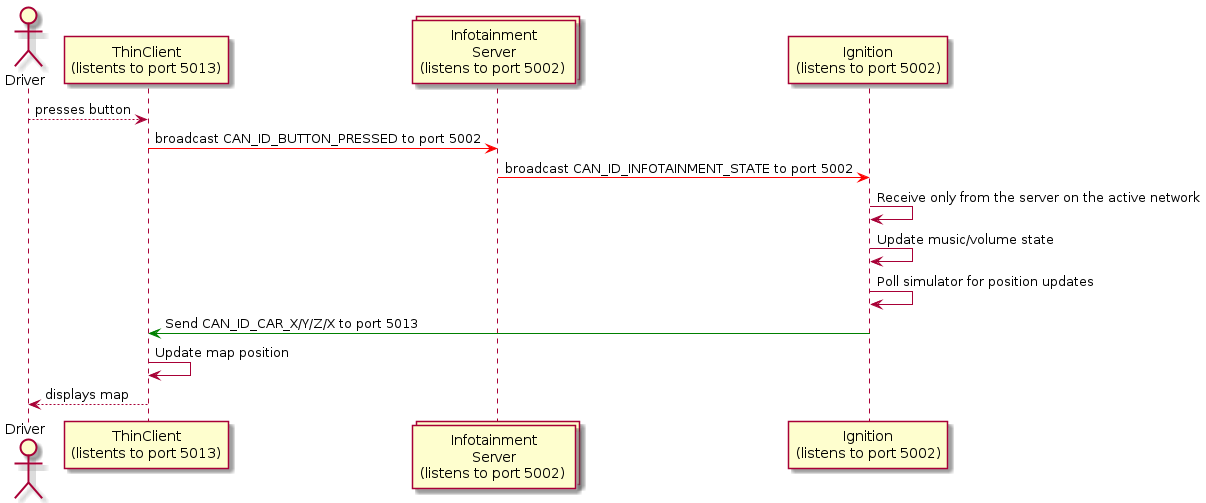
GaloisInc/BESSPIN-Tool-Suite keeps this PlantUML diagram as besspin/cyberPhys/specs/infotainment.png. Above is the earlier version.
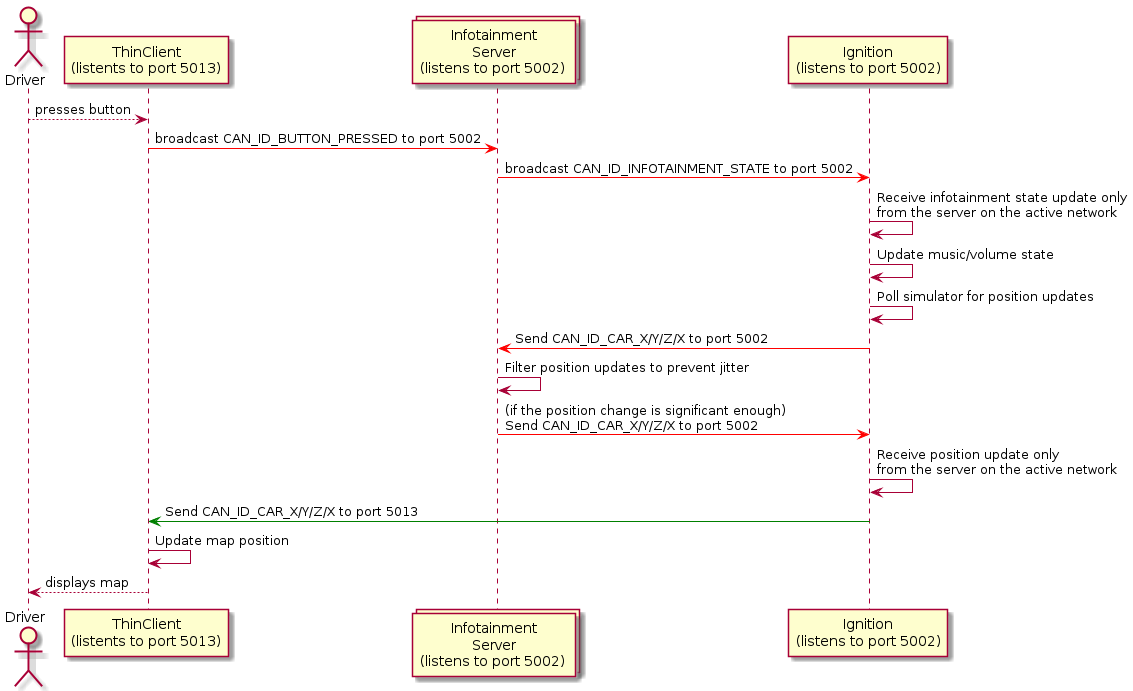
Later version of the same file.

Commit message:
Update infotainmetn specs

What changed in the source:
```diff
@@ -9,9 +9,14 @@
 Driver --> ThinClient: presses button
 ThinClient -[#red]> Server: broadcast CAN_ID_BUTTON_PRESSED to port 5002
 Server -[#red]> Ignition: broadcast CAN_ID_INFOTAINMENT_STATE to port 5002
-Ignition -> Ignition: Receive only from the server on the active network
+Ignition -> Ignition: Receive infotainment state update only\nfrom the server on the active network
 Ignition -> Ignition: Update music/volume state
 Ignition -> Ignition: Poll simulator for position updates
+
+Ignition -[#red]> Server: Send CAN_ID_CAR_X/Y/Z/X to port 5002
+Server -> Server: Filter position updates to prevent jitter
+Server -[#red]> Ignition: (if the position change is significant enough)\nSend CAN_ID_CAR_X/Y/Z/X to port 5002
+Ignition -> Ignition: Receive position update only\nfrom the server on the active network
 
 Ignition -[#green]> ThinClient: Send CAN_ID_CAR_X/Y/Z/X to port 5013
 ThinClient -> ThinClient: Update map position
```
